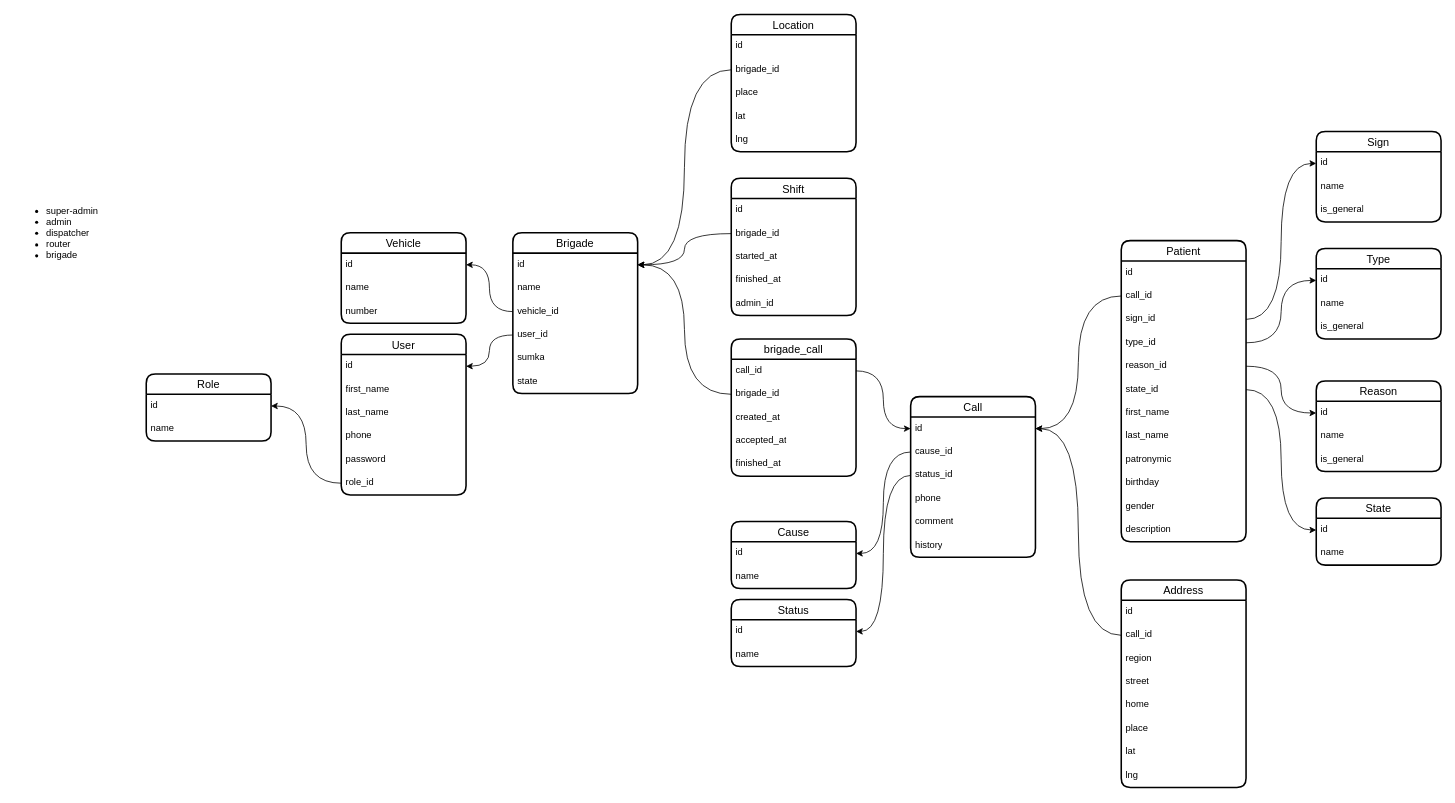
Before: karsoft-103.drawio in iztileuoff/databases, a draw.io diagram. Source tidied: cells renumbered, new cells numbered last; positions are measured from the earlier drawing's top-left corner, leaving out a move shared by most shapes. Both pictures are drawn from the tidied source at 78%, with x=0, y=0 at pixel (13, 14).
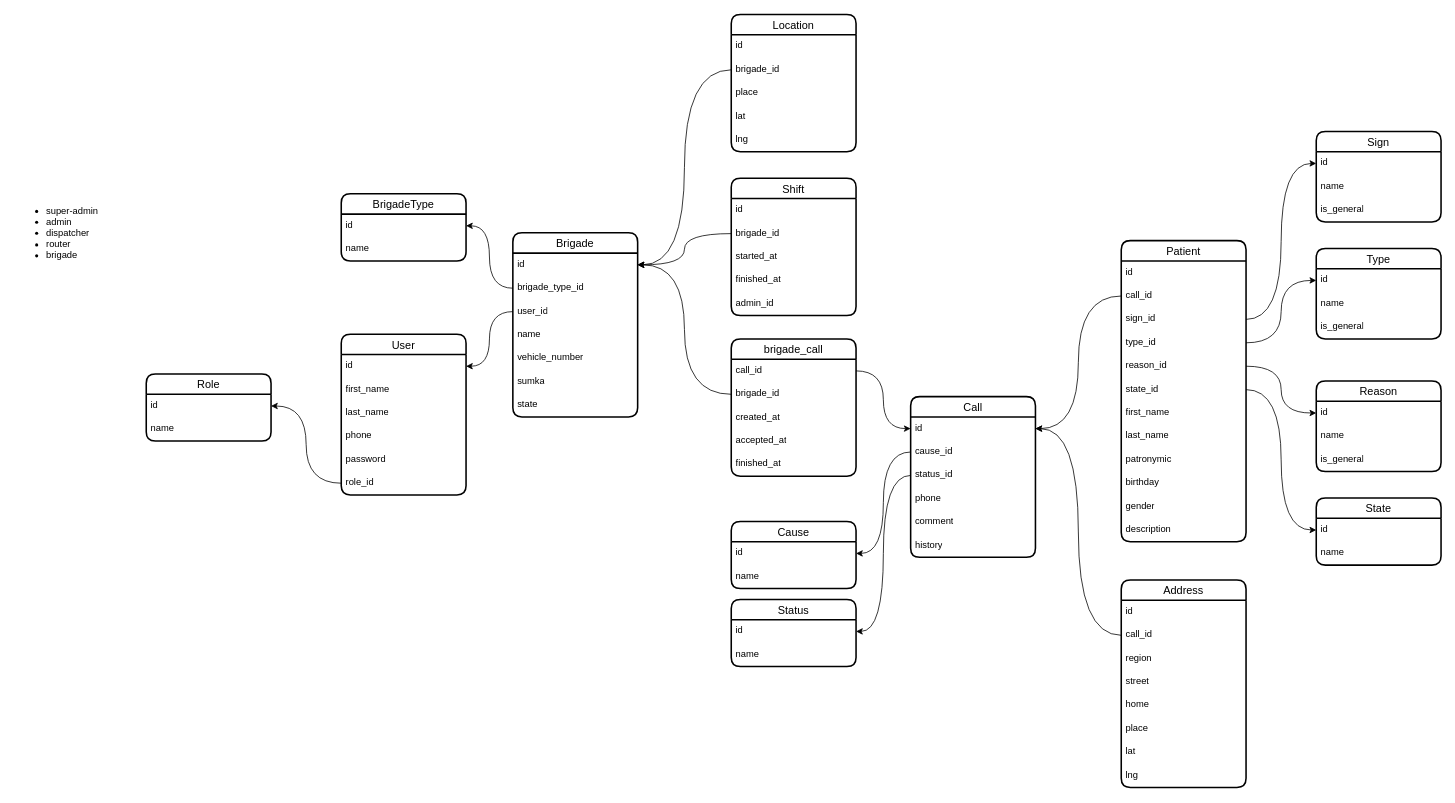
The same page after the edit.

Diff of the diagram source:
```diff
@@
     <mxCell id="79" value="Brigade" style="swimlane;fontStyle=0;horizontal=1;startSize=26;align=center;fontSize=14;strokeWidth=2;rounded=1;shadow=0;glass=0;swimlaneLine=1;" parent="1" vertex="1">
-      <mxGeometry x="640" y="280" width="160" height="206" as="geometry" />
+      <mxGeometry x="640" y="280" width="160" height="236" as="geometry" />
     </mxCell>
@@
+    <mxCell id="107" value="brigade_type_id" style="text;strokeColor=none;fillColor=none;spacingLeft=4;spacingRight=4;overflow=hidden;points=[[0,0.5],[1,0.5]];portConstraint=eastwest;fontSize=12;whiteSpace=wrap;html=1;" parent="79" vertex="1">
+      <mxGeometry y="56" width="160" height="30" as="geometry" />
+    </mxCell>
+    <mxCell id="83" value="user_id" style="text;strokeColor=none;fillColor=none;spacingLeft=4;spacingRight=4;overflow=hidden;points=[[0,0.5],[1,0.5]];portConstraint=eastwest;fontSize=12;whiteSpace=wrap;html=1;" parent="79" vertex="1">
+      <mxGeometry y="86" width="160" height="30" as="geometry" />
+    </mxCell>
     <mxCell id="81" value="name" style="text;strokeColor=none;fillColor=none;spacingLeft=4;spacingRight=4;overflow=hidden;fontSize=12;whiteSpace=wrap;html=1;" parent="79" vertex="1">
-      <mxGeometry y="56" width="160" height="30" as="geometry" />
+      <mxGeometry y="116" width="160" height="30" as="geometry" />
     </mxCell>
-    <mxCell id="82" value="vehicle_id" style="text;strokeColor=none;fillColor=none;spacingLeft=4;spacingRight=4;overflow=hidden;points=[[0,0.5],[1,0.5]];portConstraint=eastwest;fontSize=12;whiteSpace=wrap;html=1;" parent="79" vertex="1">
-      <mxGeometry y="86" width="160" height="30" as="geometry" />
+    <mxCell id="82" value="vehicle_number" style="text;strokeColor=none;fillColor=none;spacingLeft=4;spacingRight=4;overflow=hidden;points=[[0,0.5],[1,0.5]];portConstraint=eastwest;fontSize=12;whiteSpace=wrap;html=1;" parent="79" vertex="1">
+      <mxGeometry y="146" width="160" height="30" as="geometry" />
     </mxCell>
-    <mxCell id="83" value="user_id" style="text;strokeColor=none;fillColor=none;spacingLeft=4;spacingRight=4;overflow=hidden;points=[[0,0.5],[1,0.5]];portConstraint=eastwest;fontSize=12;whiteSpace=wrap;html=1;" parent="79" vertex="1">
-      <mxGeometry y="116" width="160" height="30" as="geometry" />
-    </mxCell>
     <mxCell id="84" value="sumka" style="text;strokeColor=none;fillColor=none;spacingLeft=4;spacingRight=4;overflow=hidden;fontSize=12;whiteSpace=wrap;html=1;" parent="79" vertex="1">
-      <mxGeometry y="146" width="160" height="30" as="geometry" />
+      <mxGeometry y="176" width="160" height="30" as="geometry" />
     </mxCell>
     <mxCell id="85" value="state" style="text;strokeColor=none;fillColor=none;spacingLeft=4;spacingRight=4;overflow=hidden;fontSize=12;whiteSpace=wrap;html=1;" parent="79" vertex="1">
-      <mxGeometry y="176" width="160" height="30" as="geometry" />
+      <mxGeometry y="206" width="160" height="30" as="geometry" />
     </mxCell>
-    <mxCell id="86" value="Vehicle" style="swimlane;fontStyle=0;horizontal=1;startSize=26;align=center;fontSize=14;strokeWidth=2;rounded=1;shadow=0;glass=0;swimlaneLine=1;" parent="1" vertex="1">
-      <mxGeometry x="420" y="280" width="160" height="116" as="geometry" />
-    </mxCell>
-    <mxCell id="87" value="id" style="text;strokeColor=none;fillColor=none;spacingLeft=4;spacingRight=4;overflow=hidden;points=[[0,0.5],[1,0.5]];portConstraint=eastwest;fontSize=12;whiteSpace=wrap;html=1;" parent="86" vertex="1">
-      <mxGeometry y="26" width="160" height="30" as="geometry" />
-    </mxCell>
-    <mxCell id="88" value="name" style="text;strokeColor=none;fillColor=none;spacingLeft=4;spacingRight=4;overflow=hidden;fontSize=12;whiteSpace=wrap;html=1;" parent="86" vertex="1">
-      <mxGeometry y="56" width="160" height="30" as="geometry" />
-    </mxCell>
-    <mxCell id="89" value="number" style="text;strokeColor=none;fillColor=none;spacingLeft=4;spacingRight=4;overflow=hidden;fontSize=12;whiteSpace=wrap;html=1;" parent="86" vertex="1">
-      <mxGeometry y="86" width="160" height="30" as="geometry" />
-    </mxCell>
-    <mxCell id="90" style="edgeStyle=orthogonalEdgeStyle;rounded=0;jettySize=auto;html=1;entryX=1;entryY=0.5;entryDx=0;entryDy=0;curved=1;" parent="1" edge="1" source="82" target="87">
-      <mxGeometry relative="1" as="geometry" />
-    </mxCell>
@@
+    <mxCell id="108" value="BrigadeType" style="swimlane;fontStyle=0;horizontal=1;startSize=26;align=center;fontSize=14;strokeWidth=2;rounded=1;shadow=0;glass=0;swimlaneLine=1;" parent="1" vertex="1">
+      <mxGeometry x="420" y="230" width="160" height="86" as="geometry" />
+    </mxCell>
+    <mxCell id="87" value="id" style="text;strokeColor=none;fillColor=none;spacingLeft=4;spacingRight=4;overflow=hidden;points=[[0,0.5],[1,0.5]];portConstraint=eastwest;fontSize=12;whiteSpace=wrap;html=1;" parent="108" vertex="1">
+      <mxGeometry y="26" width="160" height="30" as="geometry" />
+    </mxCell>
+    <mxCell id="88" value="name" style="text;strokeColor=none;fillColor=none;spacingLeft=4;spacingRight=4;overflow=hidden;fontSize=12;whiteSpace=wrap;html=1;" parent="108" vertex="1">
+      <mxGeometry y="56" width="160" height="30" as="geometry" />
+    </mxCell>
+    <mxCell id="109" style="edgeStyle=orthogonalEdgeStyle;rounded=0;jettySize=auto;html=1;entryX=1;entryY=0.5;entryDx=0;entryDy=0;curved=1;" parent="1" edge="1" source="107" target="87">
+      <mxGeometry relative="1" as="geometry" />
+    </mxCell>
```
